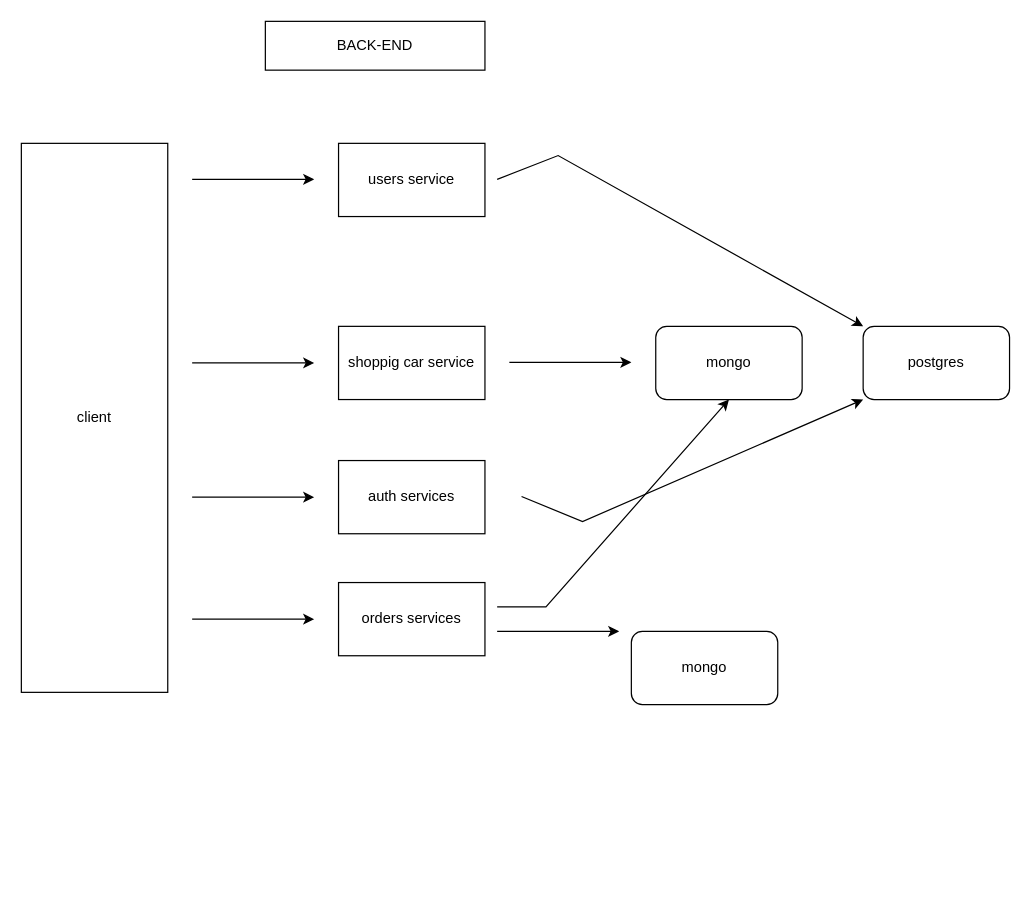
Earlier version of the draw.io diagram structure.drawio (isaacgrimaldo/store-app). Source tidied: cells renumbered, new cells numbered last; positions are measured from the earlier drawing's top-left corner, leaving out a move shared by most shapes. Both pictures are drawn from the tidied source at 122%, with x=0, y=0 at pixel (21, 21).
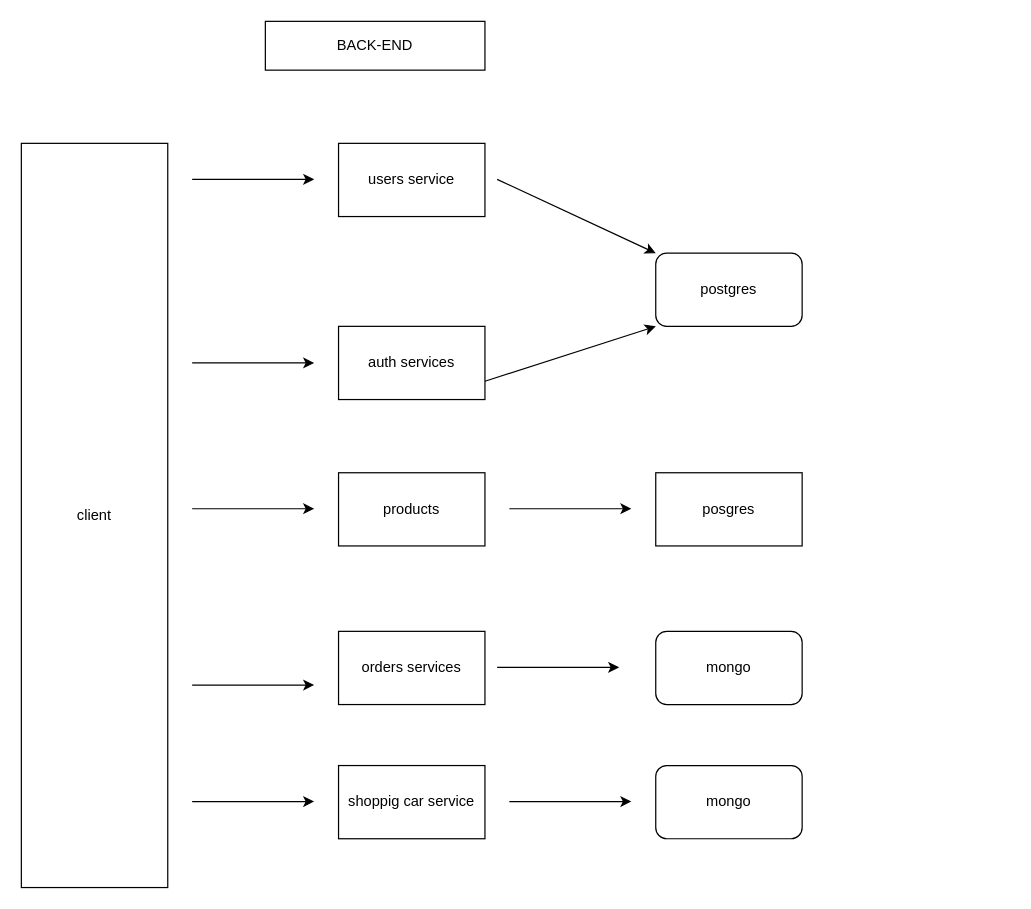
After the change.

Commit message (it also covers changes not shown here):
changed the project and data bases structure

Change to the diagram source:
```diff
@@
     <mxCell id="3" value="client" style="rounded=0;whiteSpace=wrap;html=1;" parent="1" vertex="1">
-      <mxGeometry y="100" width="120" height="450" as="geometry" />
+      <mxGeometry y="100" width="120" height="610" as="geometry" />
     </mxCell>
@@
     <mxCell id="5" value="postgres" style="rounded=1;whiteSpace=wrap;html=1;" parent="1" vertex="1">
-      <mxGeometry x="690" y="250" width="120" height="60" as="geometry" />
+      <mxGeometry x="520" y="190" width="120" height="60" as="geometry" />
     </mxCell>
@@
     <mxCell id="7" style="endArrow=classic;html=1;rounded=0;entryX=0;entryY=0;entryDx=0;entryDy=0;" parent="1" edge="1" target="5">
       <mxGeometry relative="1" as="geometry">
         <mxPoint x="390" y="129.5" as="sourcePoint" />
-        <Array as="points">
-          <mxPoint x="440" y="110" />
-        </Array>
       </mxGeometry>
     </mxCell>
@@
     <mxCell id="9" value="shoppig car service" style="rounded=0;whiteSpace=wrap;html=1;" parent="1" vertex="1">
-      <mxGeometry x="260" y="250" width="120" height="60" as="geometry" />
+      <mxGeometry x="260" y="610" width="120" height="60" as="geometry" />
     </mxCell>
     <mxCell id="10" style="endArrow=classic;html=1;rounded=0;" parent="1" edge="1">
       <mxGeometry relative="1" as="geometry">
-        <mxPoint x="400" y="279.5" as="sourcePoint" />
-        <mxPoint x="500" y="279.5" as="targetPoint" />
+        <mxPoint x="400" y="399.5" as="sourcePoint" />
+        <mxPoint x="500" y="399.5" as="targetPoint" />
       </mxGeometry>
     </mxCell>
     <mxCell id="11" value="mongo" style="rounded=1;whiteSpace=wrap;html=1;" parent="1" vertex="1">
-      <mxGeometry x="520" y="250" width="120" height="60" as="geometry" />
+      <mxGeometry x="520" y="610" width="120" height="60" as="geometry" />
     </mxCell>
     <mxCell id="12" style="endArrow=classic;html=1;rounded=0;" parent="1" edge="1">
       <mxGeometry relative="1" as="geometry">
-        <mxPoint x="140" y="390" as="sourcePoint" />
-        <mxPoint x="240" y="390" as="targetPoint" />
+        <mxPoint x="140" y="399.5" as="sourcePoint" />
+        <mxPoint x="240" y="399.5" as="targetPoint" />
       </mxGeometry>
     </mxCell>
     <mxCell id="13" value="auth services" style="rounded=0;whiteSpace=wrap;html=1;" parent="1" vertex="1">
-      <mxGeometry x="260" y="360" width="120" height="60" as="geometry" />
+      <mxGeometry x="260" y="250" width="120" height="60" as="geometry" />
     </mxCell>
-    <mxCell id="14" style="endArrow=classic;html=1;rounded=0;entryX=0;entryY=1;entryDx=0;entryDy=0;" parent="1" edge="1" target="5">
-      <mxGeometry relative="1" as="geometry">
-        <mxPoint x="410" y="389.5" as="sourcePoint" />
-        <Array as="points">
-          <mxPoint x="460" y="410" />
-        </Array>
-      </mxGeometry>
+    <mxCell id="14" style="endArrow=classic;html=1;rounded=0;entryX=0;entryY=1;entryDx=0;entryDy=0;exitX=1;exitY=0.75;exitDx=0;exitDy=0;" parent="1" edge="1" source="13" target="5">
+      <mxGeometry relative="1" as="geometry" />
     </mxCell>
     <mxCell id="15" style="endArrow=classic;html=1;rounded=0;" parent="1" edge="1">
       <mxGeometry relative="1" as="geometry">
-        <mxPoint x="140" y="490" as="sourcePoint" />
-        <mxPoint x="240" y="490" as="targetPoint" />
+        <mxPoint x="140" y="544" as="sourcePoint" />
+        <mxPoint x="240" y="544" as="targetPoint" />
         <Array as="points">
-          <mxPoint x="180" y="490" />
+          <mxPoint x="180" y="544" />
         </Array>
       </mxGeometry>
     </mxCell>
     <mxCell id="16" value="orders services" style="rounded=0;whiteSpace=wrap;html=1;" parent="1" vertex="1">
-      <mxGeometry x="260" y="460" width="120" height="60" as="geometry" />
+      <mxGeometry x="260" y="500" width="120" height="60" as="geometry" />
     </mxCell>
     <mxCell id="17" value="mongo" style="rounded=1;whiteSpace=wrap;html=1;" parent="1" vertex="1">
-      <mxGeometry x="500" y="500" width="120" height="60" as="geometry" />
+      <mxGeometry x="520" y="500" width="120" height="60" as="geometry" />
     </mxCell>
     <mxCell id="18" style="endArrow=classic;html=1;rounded=0;" parent="1" edge="1">
       <mxGeometry relative="1" as="geometry">
-        <mxPoint x="390" y="500" as="sourcePoint" />
-        <mxPoint x="490" y="500" as="targetPoint" />
+        <mxPoint x="390" y="529.5" as="sourcePoint" />
+        <mxPoint x="490" y="529.5" as="targetPoint" />
         <Array as="points">
-          <mxPoint x="430" y="500" />
+          <mxPoint x="430" y="529.5" />
         </Array>
       </mxGeometry>
     </mxCell>
-    <mxCell id="19" style="endArrow=classic;html=1;rounded=0;entryX=0.5;entryY=1;entryDx=0;entryDy=0;" parent="1" edge="1" target="11">
-      <mxGeometry relative="1" as="geometry">
-        <mxPoint x="390" y="480" as="sourcePoint" />
-        <Array as="points">
-          <mxPoint x="430" y="480" />
-        </Array>
-      </mxGeometry>
-    </mxCell>
+    <mxCell id="20" value="products" style="rounded=0;whiteSpace=wrap;html=1;" parent="1" vertex="1">
+      <mxGeometry x="260" y="370" width="120" height="60" as="geometry" />
+    </mxCell>
+    <mxCell id="21" value="posgres&lt;br&gt;" style="rounded=0;whiteSpace=wrap;html=1;" parent="1" vertex="1">
+      <mxGeometry x="520" y="370" width="120" height="60" as="geometry" />
+    </mxCell>
+    <mxCell id="22" style="endArrow=classic;html=1;rounded=0;" parent="1" edge="1">
+      <mxGeometry relative="1" as="geometry">
+        <mxPoint x="140" y="639.5" as="sourcePoint" />
+        <mxPoint x="240" y="639.5" as="targetPoint" />
+        <Array as="points">
+          <mxPoint x="180" y="639.5" />
+        </Array>
+      </mxGeometry>
+    </mxCell>
+    <mxCell id="23" style="endArrow=classic;html=1;rounded=0;" parent="1" edge="1">
+      <mxGeometry relative="1" as="geometry">
+        <mxPoint x="400" y="639.5" as="sourcePoint" />
+        <mxPoint x="500" y="639.5" as="targetPoint" />
+        <Array as="points">
+          <mxPoint x="440" y="639.5" />
+        </Array>
+      </mxGeometry>
+    </mxCell>
```
